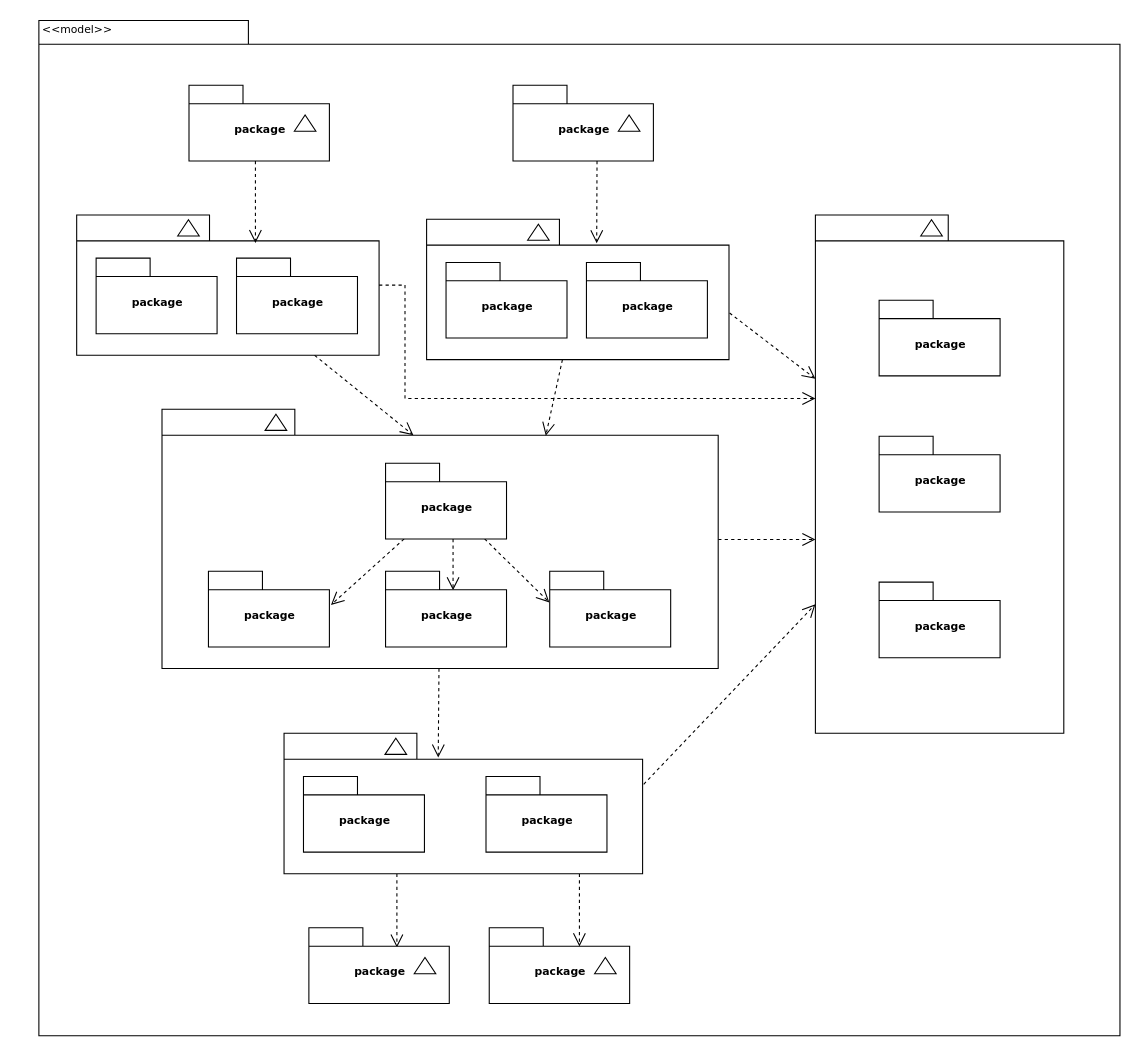
Above: Untitled Diagram.drawio in cookie1599/use-case-diagram-smk (draw.io), before the change. Source tidied: cells renumbered, new cells numbered last; positions are measured from the earlier drawing's top-left corner, leaving out a move shared by most shapes. Both pictures are drawn from the tidied source at 108%, with x=0, y=0 at pixel (38, 19).
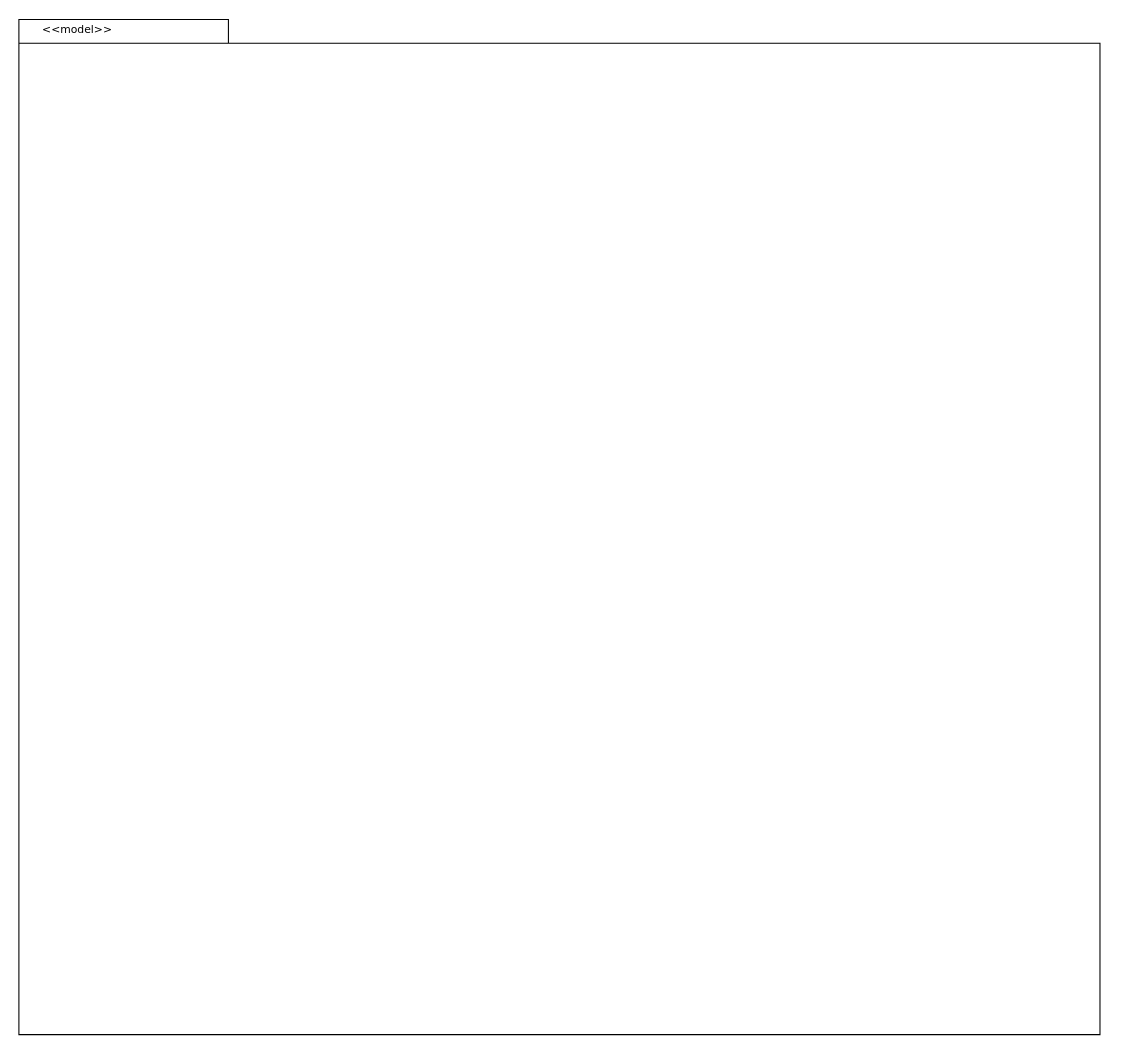
The same page after the edit.

Change to the diagram source:
```diff
@@
     <mxCell id="2" style="shape=folder;fontStyle=1;spacingTop=10;tabWidth=194;tabHeight=22;tabPosition=left;html=1;rounded=0;shadow=0;comic=0;labelBackgroundColor=none;strokeWidth=1;fillColor=none;fontFamily=Verdana;fontSize=10;align=center;" parent="1" vertex="1">
-      <mxGeometry x="0.5" y="0.5" width="1001" height="940" as="geometry" />
+      <mxGeometry x="-18" y="-0.5" width="1001" height="940" as="geometry" />
     </mxCell>
-    <mxCell id="3" style="group;" parent="1" vertex="1">
-      <mxGeometry x="139.5" y="60.5" width="130" height="70" as="geometry" />
-    </mxCell>
-    <mxCell id="4" value="package" style="shape=folder;fontStyle=1;spacingTop=10;tabWidth=50;tabHeight=17;tabPosition=left;html=1;rounded=0;shadow=0;comic=0;labelBackgroundColor=none;strokeWidth=1;fontFamily=Verdana;fontSize=10;align=center;" parent="3" vertex="1">
-      <mxGeometry width="130" height="70" as="geometry" />
-    </mxCell>
-    <mxCell id="5" style="triangle;whiteSpace=wrap;html=1;rounded=0;shadow=0;comic=0;labelBackgroundColor=none;strokeWidth=1;fontFamily=Verdana;fontSize=10;align=center;rotation=-90;" parent="3" vertex="1">
-      <mxGeometry x="100" y="25" width="15" height="20" as="geometry" />
-    </mxCell>
-    <mxCell id="6" style="group;" parent="1" vertex="1">
-      <mxGeometry x="439.5" y="60.5" width="130" height="70" as="geometry" />
-    </mxCell>
-    <mxCell id="7" value="package" style="shape=folder;fontStyle=1;spacingTop=10;tabWidth=50;tabHeight=17;tabPosition=left;html=1;rounded=0;shadow=0;comic=0;labelBackgroundColor=none;strokeWidth=1;fontFamily=Verdana;fontSize=10;align=center;" parent="6" vertex="1">
-      <mxGeometry width="130" height="70" as="geometry" />
-    </mxCell>
-    <mxCell id="8" style="triangle;whiteSpace=wrap;html=1;rounded=0;shadow=0;comic=0;labelBackgroundColor=none;strokeWidth=1;fontFamily=Verdana;fontSize=10;align=center;rotation=-90;" parent="6" vertex="1">
-      <mxGeometry x="100" y="25" width="15" height="20" as="geometry" />
-    </mxCell>
-    <mxCell id="9" style="group;" parent="1" vertex="1">
-      <mxGeometry x="35.5" y="180.5" width="280" height="130" as="geometry" />
-    </mxCell>
-    <mxCell id="10" style="shape=folder;fontStyle=1;spacingTop=10;tabWidth=123;tabHeight=24;tabPosition=left;html=1;rounded=0;shadow=0;comic=0;labelBackgroundColor=none;strokeWidth=1;fontFamily=Verdana;fontSize=10;align=center;" parent="9" vertex="1">
-      <mxGeometry width="280" height="130" as="geometry" />
-    </mxCell>
-    <mxCell id="11" style="triangle;whiteSpace=wrap;html=1;rounded=0;shadow=0;comic=0;labelBackgroundColor=none;strokeWidth=1;fontFamily=Verdana;fontSize=10;align=center;rotation=-90;" parent="9" vertex="1">
-      <mxGeometry x="96" y="2" width="15" height="20" as="geometry" />
-    </mxCell>
-    <mxCell id="12" value="package" style="shape=folder;fontStyle=1;spacingTop=10;tabWidth=50;tabHeight=17;tabPosition=left;html=1;rounded=0;shadow=0;comic=0;labelBackgroundColor=none;strokeWidth=1;fontFamily=Verdana;fontSize=10;align=center;" parent="9" vertex="1">
-      <mxGeometry x="18" y="40" width="112" height="70" as="geometry" />
-    </mxCell>
-    <mxCell id="13" value="package" style="shape=folder;fontStyle=1;spacingTop=10;tabWidth=50;tabHeight=17;tabPosition=left;html=1;rounded=0;shadow=0;comic=0;labelBackgroundColor=none;strokeWidth=1;fontFamily=Verdana;fontSize=10;align=center;" parent="9" vertex="1">
-      <mxGeometry x="148" y="40" width="112" height="70" as="geometry" />
-    </mxCell>
-    <mxCell id="14" style="group;" parent="1" vertex="1">
-      <mxGeometry x="359.5" y="184.5" width="280" height="130" as="geometry" />
-    </mxCell>
-    <mxCell id="15" style="shape=folder;fontStyle=1;spacingTop=10;tabWidth=123;tabHeight=24;tabPosition=left;html=1;rounded=0;shadow=0;comic=0;labelBackgroundColor=none;strokeWidth=1;fontFamily=Verdana;fontSize=10;align=center;" parent="14" vertex="1">
-      <mxGeometry width="280" height="130" as="geometry" />
-    </mxCell>
-    <mxCell id="16" style="triangle;whiteSpace=wrap;html=1;rounded=0;shadow=0;comic=0;labelBackgroundColor=none;strokeWidth=1;fontFamily=Verdana;fontSize=10;align=center;rotation=-90;" parent="14" vertex="1">
-      <mxGeometry x="96" y="2" width="15" height="20" as="geometry" />
-    </mxCell>
-    <mxCell id="17" value="package" style="shape=folder;fontStyle=1;spacingTop=10;tabWidth=50;tabHeight=17;tabPosition=left;html=1;rounded=0;shadow=0;comic=0;labelBackgroundColor=none;strokeWidth=1;fontFamily=Verdana;fontSize=10;align=center;" parent="14" vertex="1">
-      <mxGeometry x="18" y="40" width="112" height="70" as="geometry" />
-    </mxCell>
-    <mxCell id="18" value="package" style="shape=folder;fontStyle=1;spacingTop=10;tabWidth=50;tabHeight=17;tabPosition=left;html=1;rounded=0;shadow=0;comic=0;labelBackgroundColor=none;strokeWidth=1;fontFamily=Verdana;fontSize=10;align=center;" parent="14" vertex="1">
-      <mxGeometry x="148" y="40" width="112" height="70" as="geometry" />
-    </mxCell>
-    <mxCell id="19" style="group;" parent="1" vertex="1">
-      <mxGeometry x="719.5" y="180.5" width="230" height="480" as="geometry" />
-    </mxCell>
-    <mxCell id="20" style="group;" parent="19" vertex="1">
-      <mxGeometry width="230" height="480" as="geometry" />
-    </mxCell>
-    <mxCell id="21" style="shape=folder;fontStyle=1;spacingTop=10;tabWidth=123;tabHeight=24;tabPosition=left;html=1;rounded=0;shadow=0;comic=0;labelBackgroundColor=none;strokeWidth=1;fontFamily=Verdana;fontSize=10;align=center;" parent="20" vertex="1">
-      <mxGeometry width="230" height="480" as="geometry" />
-    </mxCell>
-    <mxCell id="22" style="triangle;whiteSpace=wrap;html=1;rounded=0;shadow=0;comic=0;labelBackgroundColor=none;strokeWidth=1;fontFamily=Verdana;fontSize=10;align=center;rotation=-90;" parent="20" vertex="1">
-      <mxGeometry x="100" y="2" width="15" height="20" as="geometry" />
-    </mxCell>
-    <mxCell id="23" value="package" style="shape=folder;fontStyle=1;spacingTop=10;tabWidth=50;tabHeight=17;tabPosition=left;html=1;rounded=0;shadow=0;comic=0;labelBackgroundColor=none;strokeWidth=1;fontFamily=Verdana;fontSize=10;align=center;" parent="20" vertex="1">
-      <mxGeometry x="59" y="79" width="112" height="70" as="geometry" />
-    </mxCell>
-    <mxCell id="24" value="package" style="shape=folder;fontStyle=1;spacingTop=10;tabWidth=50;tabHeight=17;tabPosition=left;html=1;rounded=0;shadow=0;comic=0;labelBackgroundColor=none;strokeWidth=1;fontFamily=Verdana;fontSize=10;align=center;" parent="20" vertex="1">
-      <mxGeometry x="59" y="205" width="112" height="70" as="geometry" />
-    </mxCell>
-    <mxCell id="25" value="package" style="shape=folder;fontStyle=1;spacingTop=10;tabWidth=50;tabHeight=17;tabPosition=left;html=1;rounded=0;shadow=0;comic=0;labelBackgroundColor=none;strokeWidth=1;fontFamily=Verdana;fontSize=10;align=center;" parent="20" vertex="1">
-      <mxGeometry x="59" y="340" width="112" height="70" as="geometry" />
-    </mxCell>
-    <mxCell id="26" style="edgeStyle=none;rounded=0;html=1;entryX=0.43;entryY=0.173;entryPerimeter=0;dashed=1;labelBackgroundColor=none;startFill=0;endArrow=open;endFill=0;endSize=10;fontFamily=Verdana;fontSize=10;" parent="1" edge="1" source="28" target="39">
-      <mxGeometry relative="1" as="geometry" />
-    </mxCell>
-    <mxCell id="27" style="edgeStyle=elbowEdgeStyle;rounded=0;html=1;dashed=1;labelBackgroundColor=none;startFill=0;endArrow=open;endFill=0;endSize=10;fontFamily=Verdana;fontSize=10;elbow=vertical;" parent="1" edge="1" source="28" target="21">
-      <mxGeometry relative="1" as="geometry" />
-    </mxCell>
-    <mxCell id="28" style="shape=folder;fontStyle=1;spacingTop=10;tabWidth=123;tabHeight=24;tabPosition=left;html=1;rounded=0;shadow=0;comic=0;labelBackgroundColor=none;strokeColor=#000000;strokeWidth=1;fillColor=#ffffff;fontFamily=Verdana;fontSize=10;fontColor=#000000;align=center;" parent="1" vertex="1">
-      <mxGeometry x="114.5" y="360.5" width="515" height="240" as="geometry" />
-    </mxCell>
-    <mxCell id="29" style="edgeStyle=elbowEdgeStyle;rounded=0;html=1;entryX=0.559;entryY=0.251;entryPerimeter=0;dashed=1;labelBackgroundColor=none;startFill=0;endArrow=open;endFill=0;endSize=10;fontFamily=Verdana;fontSize=10;" parent="1" edge="1" source="32" target="34">
-      <mxGeometry relative="1" as="geometry" />
-    </mxCell>
-    <mxCell id="30" style="edgeStyle=none;rounded=0;html=1;dashed=1;labelBackgroundColor=none;startFill=0;endArrow=open;endFill=0;endSize=10;fontFamily=Verdana;fontSize=10;entryX=-0.003;entryY=0.411;entryPerimeter=0;" parent="1" edge="1" source="32" target="35">
-      <mxGeometry relative="1" as="geometry" />
-    </mxCell>
-    <mxCell id="31" style="edgeStyle=none;rounded=0;html=1;dashed=1;labelBackgroundColor=none;startFill=0;endArrow=open;endFill=0;endSize=10;fontFamily=Verdana;fontSize=10;entryX=1.013;entryY=0.444;entryPerimeter=0;" parent="1" edge="1" source="32" target="33">
-      <mxGeometry relative="1" as="geometry" />
-    </mxCell>
-    <mxCell id="32" value="package" style="shape=folder;fontStyle=1;spacingTop=10;tabWidth=50;tabHeight=17;tabPosition=left;html=1;rounded=0;shadow=0;comic=0;labelBackgroundColor=none;strokeColor=#000000;strokeWidth=1;fillColor=#ffffff;fontFamily=Verdana;fontSize=10;fontColor=#000000;align=center;" parent="1" vertex="1">
-      <mxGeometry x="321.5" y="410.5" width="112" height="70" as="geometry" />
-    </mxCell>
-    <mxCell id="33" value="package" style="shape=folder;fontStyle=1;spacingTop=10;tabWidth=50;tabHeight=17;tabPosition=left;html=1;rounded=0;shadow=0;comic=0;labelBackgroundColor=none;strokeColor=#000000;strokeWidth=1;fillColor=#ffffff;fontFamily=Verdana;fontSize=10;fontColor=#000000;align=center;" parent="1" vertex="1">
-      <mxGeometry x="157.5" y="510.5" width="112" height="70" as="geometry" />
-    </mxCell>
-    <mxCell id="34" value="package" style="shape=folder;fontStyle=1;spacingTop=10;tabWidth=50;tabHeight=17;tabPosition=left;html=1;rounded=0;shadow=0;comic=0;labelBackgroundColor=none;strokeColor=#000000;strokeWidth=1;fillColor=#ffffff;fontFamily=Verdana;fontSize=10;fontColor=#000000;align=center;" parent="1" vertex="1">
-      <mxGeometry x="321.5" y="510.5" width="112" height="70" as="geometry" />
-    </mxCell>
-    <mxCell id="35" value="package" style="shape=folder;fontStyle=1;spacingTop=10;tabWidth=50;tabHeight=17;tabPosition=left;html=1;rounded=0;shadow=0;comic=0;labelBackgroundColor=none;strokeColor=#000000;strokeWidth=1;fillColor=#ffffff;fontFamily=Verdana;fontSize=10;fontColor=#000000;align=center;" parent="1" vertex="1">
-      <mxGeometry x="473.5" y="510.5" width="112" height="70" as="geometry" />
-    </mxCell>
-    <mxCell id="36" style="edgeStyle=elbowEdgeStyle;rounded=0;html=1;entryX=0.628;entryY=0.26;entryPerimeter=0;dashed=1;labelBackgroundColor=none;startFill=0;endArrow=open;endFill=0;endSize=10;fontFamily=Verdana;fontSize=10;" parent="1" edge="1" source="39" target="45">
-      <mxGeometry relative="1" as="geometry" />
-    </mxCell>
-    <mxCell id="37" style="edgeStyle=elbowEdgeStyle;rounded=0;html=1;entryX=0.643;entryY=0.246;entryPerimeter=0;dashed=1;labelBackgroundColor=none;startFill=0;endArrow=open;endFill=0;endSize=10;fontFamily=Verdana;fontSize=10;" parent="1" edge="1" source="39" target="48">
-      <mxGeometry relative="1" as="geometry" />
-    </mxCell>
-    <mxCell id="38" style="edgeStyle=none;rounded=0;html=1;dashed=1;labelBackgroundColor=none;startFill=0;endArrow=open;endFill=0;endSize=10;fontFamily=Verdana;fontSize=10;exitX=1.003;exitY=0.363;exitPerimeter=0;" parent="1" edge="1" source="39" target="21">
-      <mxGeometry relative="1" as="geometry" />
-    </mxCell>
-    <mxCell id="39" style="shape=folder;fontStyle=1;spacingTop=10;tabWidth=123;tabHeight=24;tabPosition=left;html=1;rounded=0;shadow=0;comic=0;labelBackgroundColor=none;strokeWidth=1;fontFamily=Verdana;fontSize=10;align=center;" parent="1" vertex="1">
-      <mxGeometry x="227.5" y="660.5" width="332" height="130" as="geometry" />
-    </mxCell>
-    <mxCell id="40" style="triangle;whiteSpace=wrap;html=1;rounded=0;shadow=0;comic=0;labelBackgroundColor=none;strokeWidth=1;fontFamily=Verdana;fontSize=10;align=center;rotation=-90;" parent="1" vertex="1">
-      <mxGeometry x="323.5" y="662.5" width="15" height="20" as="geometry" />
-    </mxCell>
-    <mxCell id="41" value="package" style="shape=folder;fontStyle=1;spacingTop=10;tabWidth=50;tabHeight=17;tabPosition=left;html=1;rounded=0;shadow=0;comic=0;labelBackgroundColor=none;strokeWidth=1;fontFamily=Verdana;fontSize=10;align=center;" parent="1" vertex="1">
-      <mxGeometry x="245.5" y="700.5" width="112" height="70" as="geometry" />
-    </mxCell>
-    <mxCell id="42" value="package" style="shape=folder;fontStyle=1;spacingTop=10;tabWidth=50;tabHeight=17;tabPosition=left;html=1;rounded=0;shadow=0;comic=0;labelBackgroundColor=none;strokeWidth=1;fontFamily=Verdana;fontSize=10;align=center;" parent="1" vertex="1">
-      <mxGeometry x="414.5" y="700.5" width="112" height="70" as="geometry" />
-    </mxCell>
-    <mxCell id="43" style="triangle;whiteSpace=wrap;html=1;rounded=0;shadow=0;comic=0;labelBackgroundColor=none;strokeColor=#000000;strokeWidth=1;fillColor=#ffffff;fontFamily=Verdana;fontSize=10;fontColor=#000000;align=center;rotation=-90;" parent="1" vertex="1">
-      <mxGeometry x="212.5" y="362.5" width="15" height="20" as="geometry" />
-    </mxCell>
-    <mxCell id="44" style="group;" parent="1" vertex="1">
-      <mxGeometry x="250.5" y="840.6" width="130" height="70" as="geometry" />
-    </mxCell>
-    <mxCell id="45" value="package" style="shape=folder;fontStyle=1;spacingTop=10;tabWidth=50;tabHeight=17;tabPosition=left;html=1;rounded=0;shadow=0;comic=0;labelBackgroundColor=none;strokeWidth=1;fontFamily=Verdana;fontSize=10;align=center;" parent="44" vertex="1">
-      <mxGeometry width="130" height="70" as="geometry" />
-    </mxCell>
-    <mxCell id="46" style="triangle;whiteSpace=wrap;html=1;rounded=0;shadow=0;comic=0;labelBackgroundColor=none;strokeWidth=1;fontFamily=Verdana;fontSize=10;align=center;rotation=-90;" parent="44" vertex="1">
-      <mxGeometry x="100" y="25" width="15" height="20" as="geometry" />
-    </mxCell>
-    <mxCell id="47" style="group;" parent="1" vertex="1">
-      <mxGeometry x="417.5" y="840.6" width="130" height="70" as="geometry" />
-    </mxCell>
-    <mxCell id="48" value="package" style="shape=folder;fontStyle=1;spacingTop=10;tabWidth=50;tabHeight=17;tabPosition=left;html=1;rounded=0;shadow=0;comic=0;labelBackgroundColor=none;strokeWidth=1;fontFamily=Verdana;fontSize=10;align=center;" parent="47" vertex="1">
-      <mxGeometry width="130" height="70" as="geometry" />
-    </mxCell>
-    <mxCell id="49" style="triangle;whiteSpace=wrap;html=1;rounded=0;shadow=0;comic=0;labelBackgroundColor=none;strokeWidth=1;fontFamily=Verdana;fontSize=10;align=center;rotation=-90;" parent="47" vertex="1">
-      <mxGeometry x="100" y="25" width="15" height="20" as="geometry" />
-    </mxCell>
-    <mxCell id="50" style="rounded=0;html=1;dashed=1;labelBackgroundColor=none;startFill=0;endArrow=open;endFill=0;endSize=10;fontFamily=Verdana;fontSize=10;entryX=0.592;entryY=0.2;entryPerimeter=0;edgeStyle=elbowEdgeStyle;" parent="1" edge="1" source="4" target="10">
-      <mxGeometry relative="1" as="geometry" />
-    </mxCell>
-    <mxCell id="51" style="rounded=0;html=1;dashed=1;labelBackgroundColor=none;startFill=0;endArrow=open;endFill=0;endSize=10;fontFamily=Verdana;fontSize=10;entryX=0.592;entryY=0.2;entryPerimeter=0;edgeStyle=elbowEdgeStyle;" parent="1" edge="1">
-      <mxGeometry relative="1" as="geometry">
-        <mxPoint x="517.3" y="130.5" as="sourcePoint" />
-        <mxPoint x="517.3" y="206.8" as="targetPoint" />
-      </mxGeometry>
-    </mxCell>
-    <mxCell id="52" style="rounded=0;html=1;entryX=0.452;entryY=0.1;entryPerimeter=0;dashed=1;labelBackgroundColor=none;startFill=0;endArrow=open;endFill=0;endSize=10;fontFamily=Verdana;fontSize=10;" parent="1" edge="1" source="10" target="28">
-      <mxGeometry relative="1" as="geometry" />
-    </mxCell>
-    <mxCell id="53" style="edgeStyle=none;rounded=0;html=1;entryX=0.69;entryY=0.102;entryPerimeter=0;dashed=1;labelBackgroundColor=none;startFill=0;endArrow=open;endFill=0;endSize=10;fontFamily=Verdana;fontSize=10;" parent="1" edge="1" source="15" target="28">
-      <mxGeometry relative="1" as="geometry" />
-    </mxCell>
-    <mxCell id="54" style="edgeStyle=none;rounded=0;html=1;dashed=1;labelBackgroundColor=none;startFill=0;endArrow=open;endFill=0;endSize=10;fontFamily=Verdana;fontSize=10;exitX=1.002;exitY=0.668;exitPerimeter=0;" parent="1" edge="1" source="15" target="21">
-      <mxGeometry relative="1" as="geometry" />
-    </mxCell>
-    <mxCell id="55" style="edgeStyle=orthogonalEdgeStyle;rounded=0;html=1;dashed=1;labelBackgroundColor=none;startFill=0;endArrow=open;endFill=0;endSize=10;fontFamily=Verdana;fontSize=10;" parent="1" edge="1" source="10" target="21">
-      <mxGeometry relative="1" as="geometry">
-        <Array as="points">
-          <mxPoint x="339.5" y="245.5" />
-          <mxPoint x="339.5" y="350.5" />
-        </Array>
-      </mxGeometry>
-    </mxCell>
```
